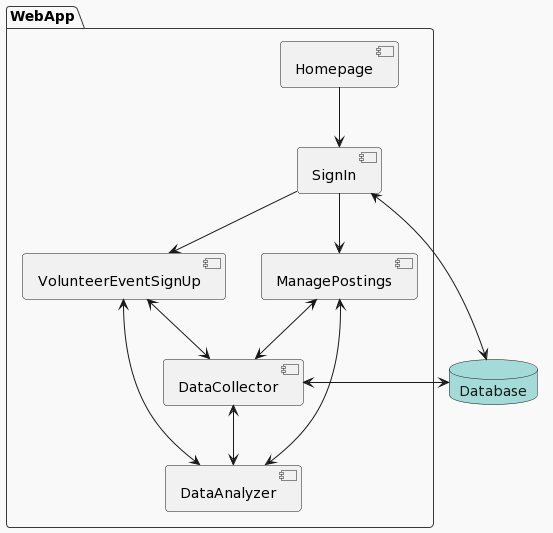
Before: ProjectArchitecture.png, a diagram exported from PlantUML (Yashuchirag/Volunteer-Management).
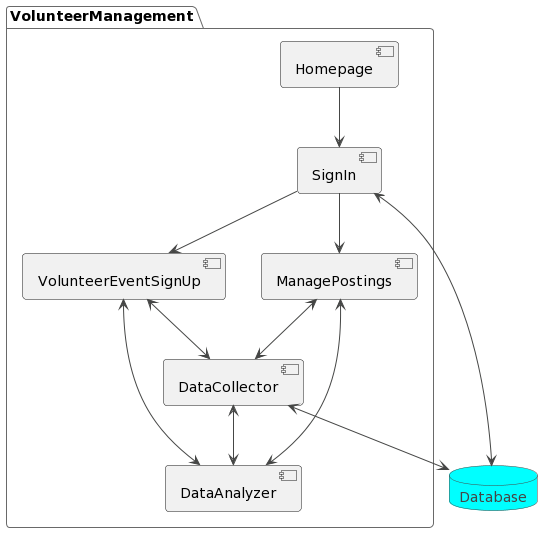
The same file after the commit.

Change to the diagram source:
```diff
@@ -1,6 +1,6 @@
 @startuml
-!theme mars
-package WebApp {
+!theme vibrant
+package VolunteerManagement{
     component Homepage {
 
     }
@@ -38,6 +38,6 @@
 
 database "Database"
 
-DataCollector <-> Database
-SignIn <-> Database
+SignIn <--> Database
+DataCollector <--> Database
 @enduml
```
